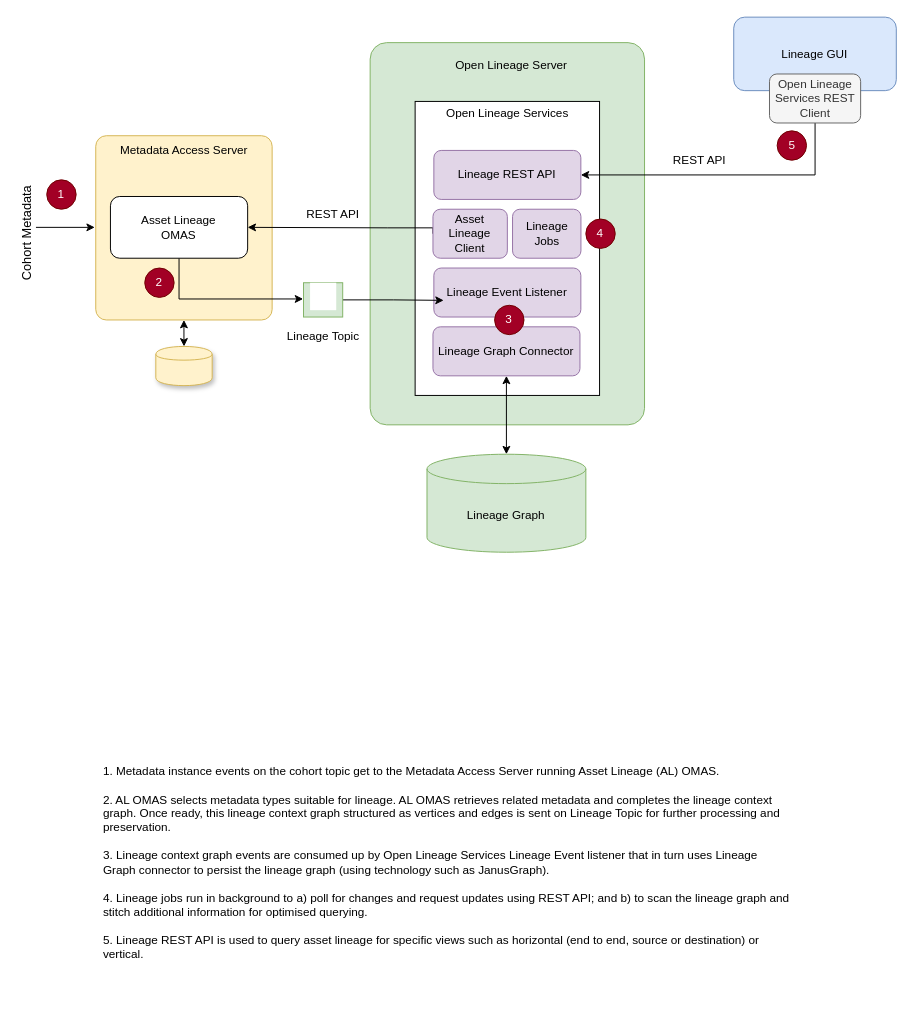
odpi/egeria-docs keeps this draw.io diagram as page "lineage-warehouse" (2 of 4) of site/docs/features/lineage-management/open-lineage-server.drawio. Above is the earlier version. Source tidied: cells renumbered, new cells numbered last; positions are measured from the earlier drawing's top-left corner, leaving out a move shared by most shapes. Both pictures are drawn from the tidied source at 98%, with x=0, y=0 at pixel (-27, 17).
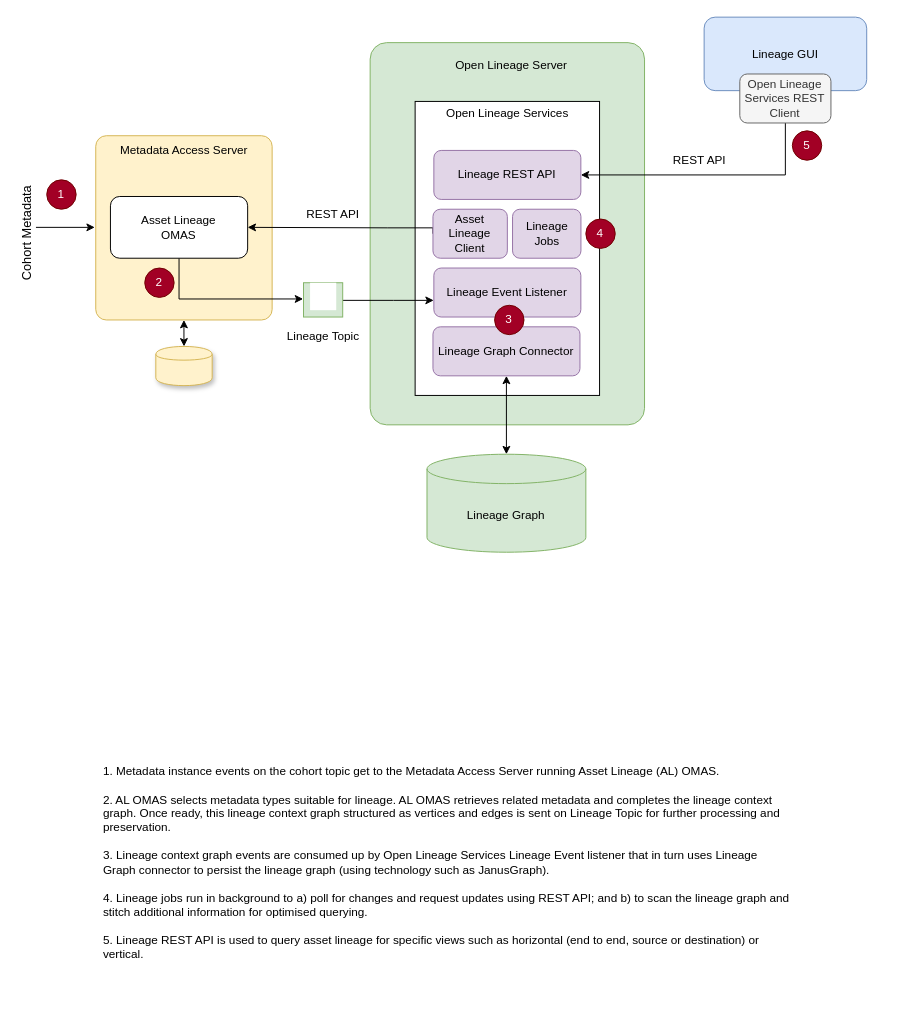
After the change.

The change refers to these unchanged cells:
```xml
<mxCell id="15" value="Lineage REST API" style="rounded=1;whiteSpace=wrap;html=1;fillColor=#e1d5e7;strokeColor=#9673a6;" parent="1" vertex="1">
  <mxGeometry x="470.2" y="136" width="150" height="50" as="geometry" />
</mxCell>
<mxCell id="19" value="Lineage Event Listener" style="rounded=1;whiteSpace=wrap;html=1;fillColor=#e1d5e7;strokeColor=#9673a6;" parent="1" vertex="1">
  <mxGeometry x="470.2" y="256" width="150" height="50" as="geometry" />
</mxCell>
<mxCell id="23" style="rounded=0;whiteSpace=wrap;html=1;fontFamily=Helvetica;fontSize=12;align=center;fillColor=#d5e8d4;strokeColor=#82b366;" parent="1" vertex="1">
  <mxGeometry x="337.2" y="271" width="40" height="35" as="geometry" />
</mxCell>
```

Change to the diagram source:
```diff
@@
     <mxCell id="16" value="Lineage GUI" style="rounded=1;whiteSpace=wrap;html=1;fillColor=#dae8fc;strokeColor=#6c8ebf;" parent="1" vertex="1">
-      <mxGeometry x="776.2" width="165.9" height="75" as="geometry" />
+      <mxGeometry x="746" width="165.9" height="75" as="geometry" />
     </mxCell>
     <mxCell id="17" style="edgeStyle=orthogonalEdgeStyle;rounded=0;jettySize=auto;html=1;exitX=0.5;exitY=1;exitDx=0;exitDy=0;entryX=1;entryY=0.5;entryDx=0;entryDy=0;startArrow=none;startFill=0;endArrow=classic;endFill=1;" parent="1" edge="1" source="18" target="15">
       <mxGeometry relative="1" as="geometry">
         <Array as="points">
-          <mxPoint x="859.2" y="161" />
+          <mxPoint x="829" y="161" />
         </Array>
       </mxGeometry>
     </mxCell>
     <mxCell id="18" value="Open Lineage Services REST Client" style="rounded=1;whiteSpace=wrap;html=1;fillColor=#f5f5f5;strokeColor=#666666;fontColor=#333333;" parent="1" vertex="1">
-      <mxGeometry x="812.7" y="58" width="93" height="50" as="geometry" />
+      <mxGeometry x="782.4" y="58" width="93" height="50" as="geometry" />
     </mxCell>
@@
-    <mxCell id="22" style="edgeStyle=orthogonalEdgeStyle;rounded=0;jettySize=auto;html=1;startArrow=none;startFill=0;endArrow=classic;endFill=1;strokeColor=default;" parent="1" edge="1" source="23">
+    <mxCell id="22" style="edgeStyle=orthogonalEdgeStyle;rounded=0;jettySize=auto;html=1;startArrow=none;startFill=0;endArrow=classic;endFill=1;strokeColor=default;entryX=-0.001;entryY=0.66;entryDx=0;entryDy=0;entryPerimeter=0;" parent="1" edge="1" source="23" target="19">
       <mxGeometry relative="1" as="geometry">
-        <mxPoint x="480.2" y="289" as="targetPoint" />
         <Array as="points">
-          <mxPoint x="429.2" y="289" />
-          <mxPoint x="480.2" y="289" />
+          <mxPoint x="429" y="289" />
         </Array>
       </mxGeometry>
     </mxCell>
@@
     <mxCell id="33" value="5" style="ellipse;whiteSpace=wrap;html=1;rounded=1;sketch=0;fillColor=#a20025;strokeColor=#6F0000;fontColor=#ffffff;" parent="1" vertex="1">
-      <mxGeometry x="820.5" y="116" width="30" height="30" as="geometry" />
+      <mxGeometry x="836" y="116" width="30" height="30" as="geometry" />
     </mxCell>
```
